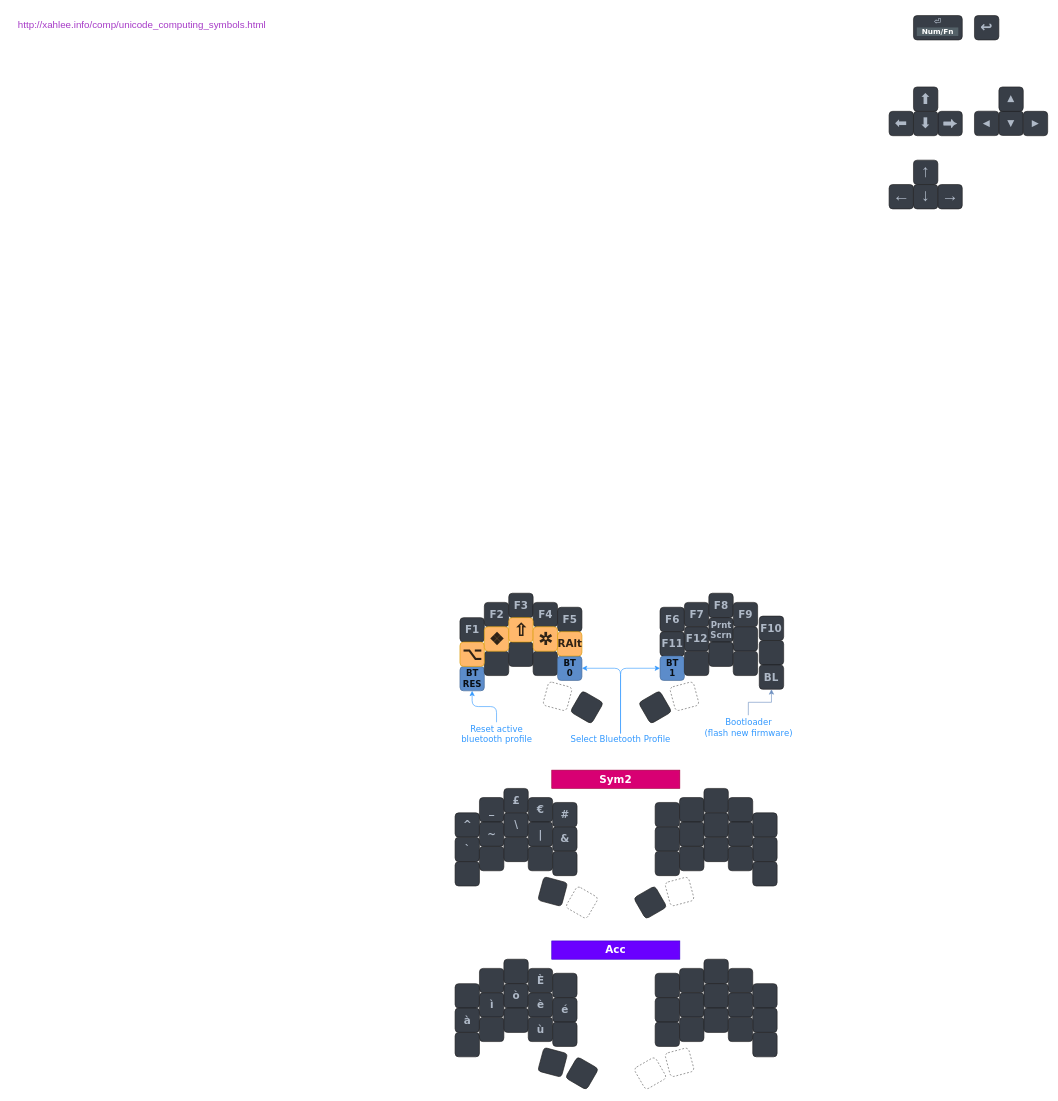
This is page "Page-2" (2 of 2) of Keyboards/diagram/CSTC40.drawio from DropDeadAlex/sys-customs, a draw.io file, before an edit. Source tidied: cells renumbered, new cells numbered last; positions are measured from the earlier drawing's top-left corner, leaving out a move shared by most shapes. Both pictures are drawn from the tidied source at 61%, with x=0, y=0 at pixel (10, 15).
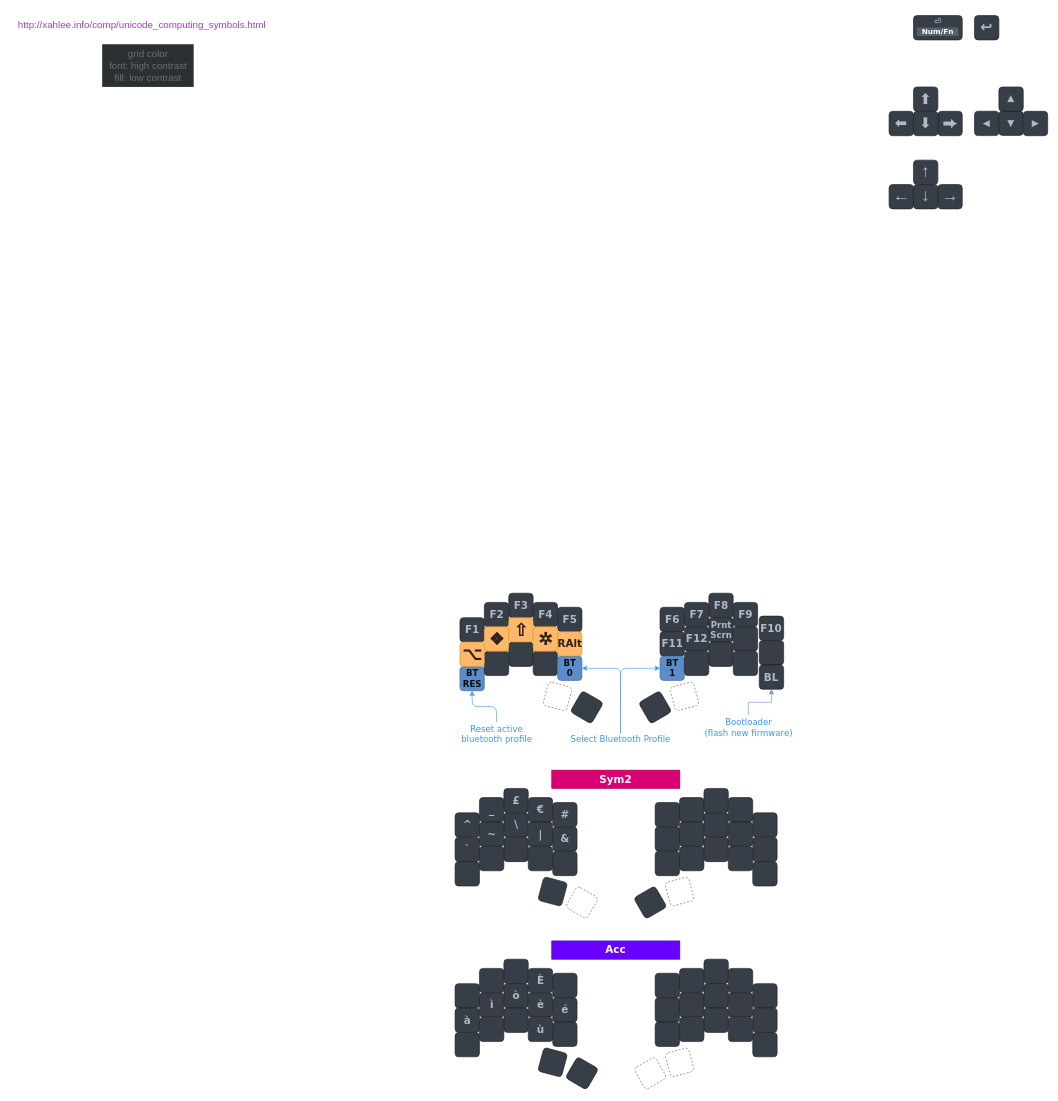
The same page after the edit.

Change to the diagram source:
```diff
@@
+    <mxCell id="129" value="grid color&lt;br&gt;font: high contrast&lt;br&gt;fill: low contrast" style="text;html=1;align=center;verticalAlign=middle;strokeColor=none;fillColor=#2C3033;fontSize=16;fontColor=#6E6E6E;spacing=2;" parent="1" vertex="1">
+      <mxGeometry x="150" y="47" width="150" height="70" as="geometry" />
+    </mxCell>
```
